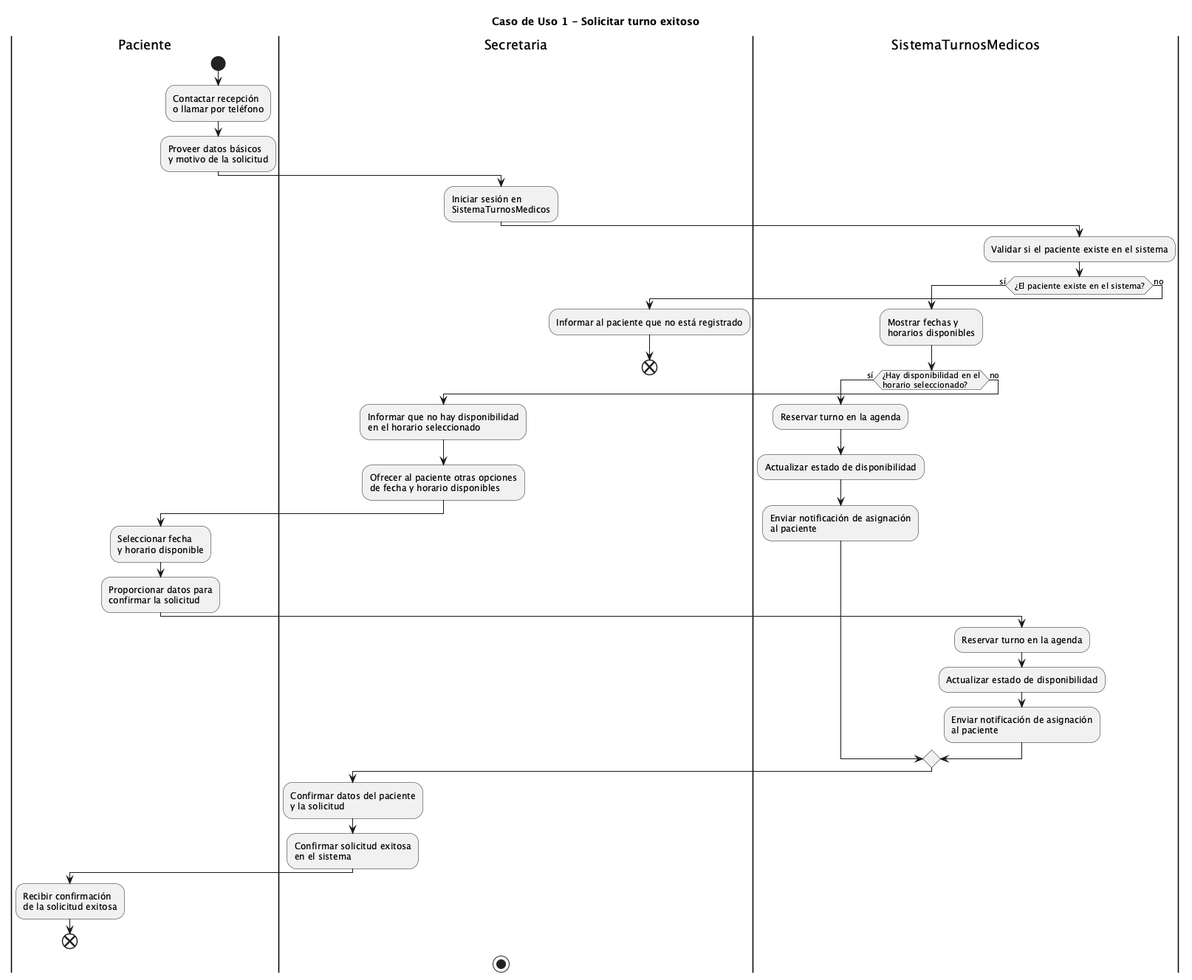
This is diagramas/04-diagramas-actividades/04-actividad-solicitar-turno-01.png from FacundoGuiraldes/SistemaTurnosMedicos, a PlantUML export, as it was before one commit.
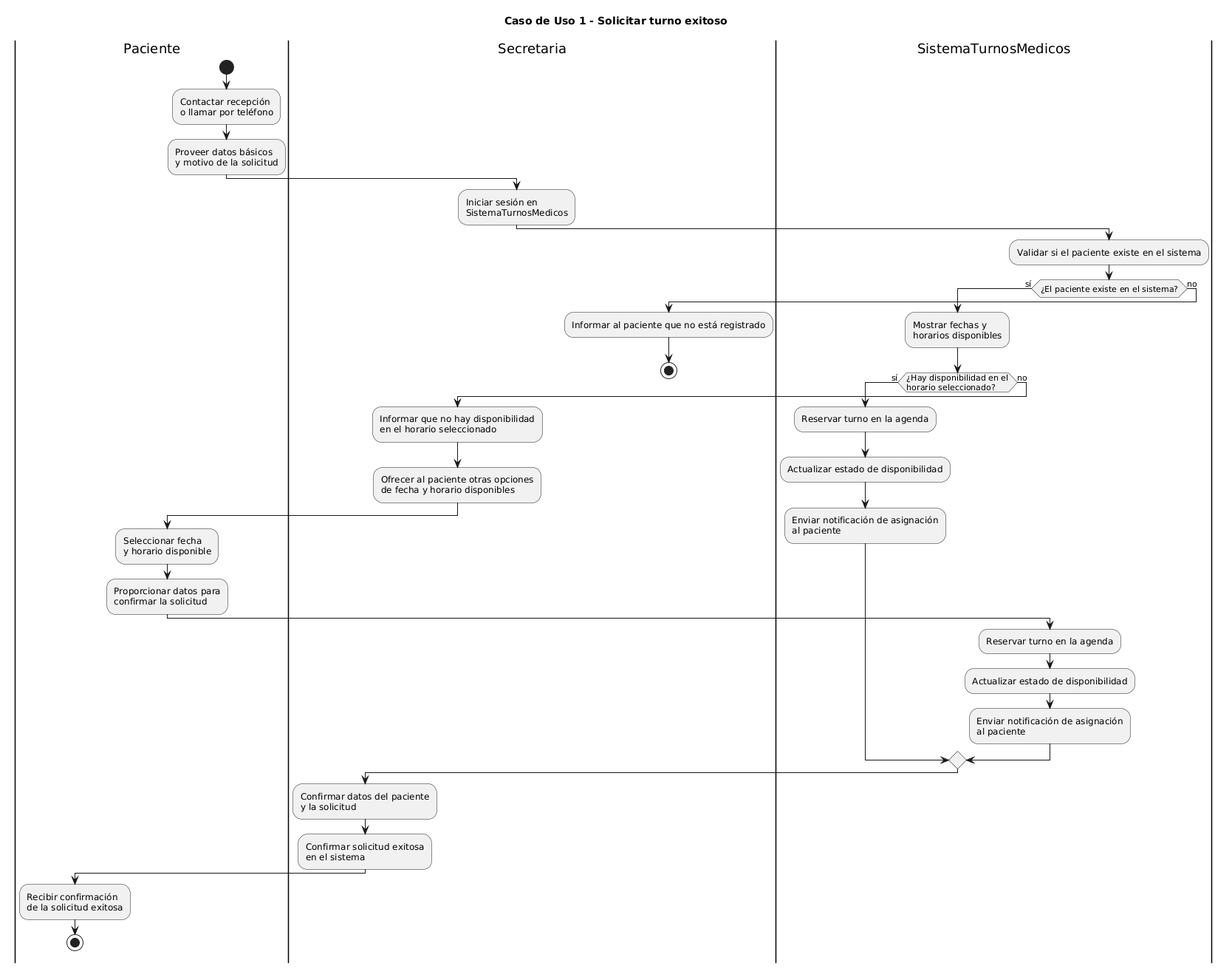
The same diagram one commit later.

Commit message:
fix(cu1): resolver RCN4 conectando correctamente los flujos hacia el nodo stop terminal

What changed in the source:
```diff
@@ -46,17 +46,14 @@
   |Paciente|
   :Recibir confirmación\nde la solicitud exitosa;
 
-  END
+  stop
 
 else (no)
 
   |Secretaria|
   :Informar al paciente que no está registrado;
 
-  END
+  stop
 
 endif
-
-stop
-
 @enduml
```
